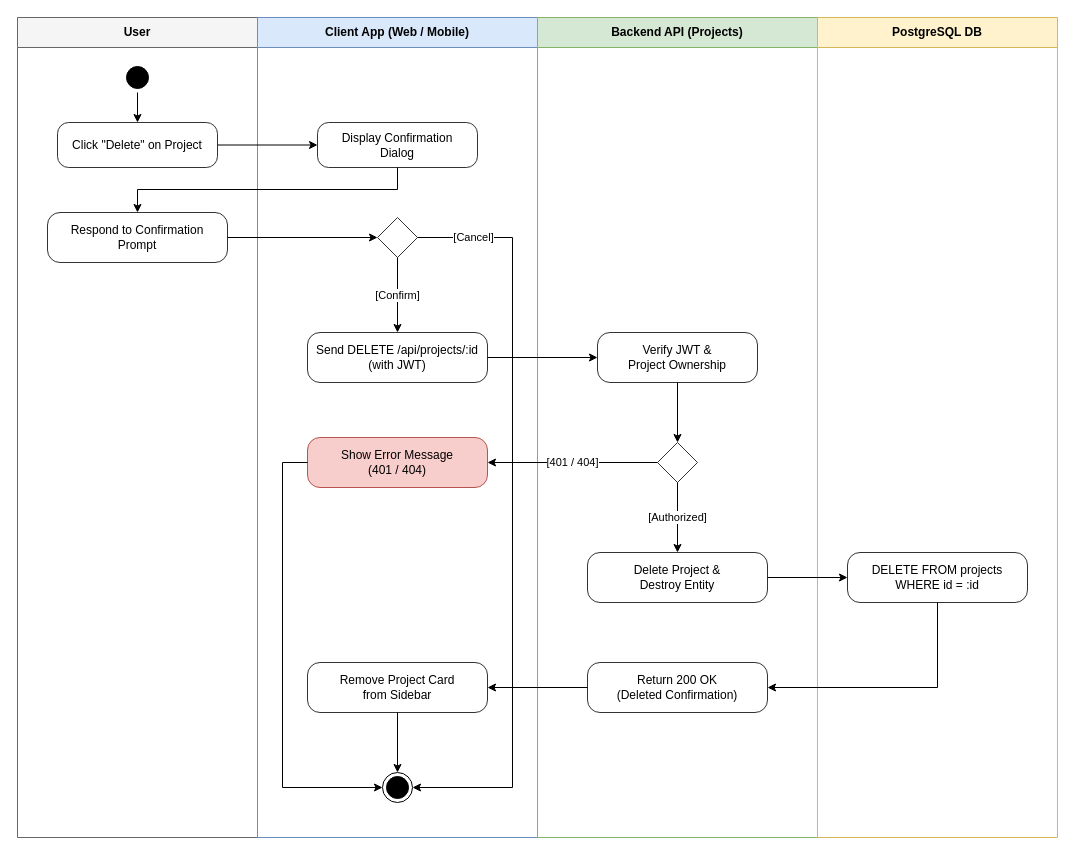
ammar-elmesaly/miqat keeps this draw.io diagram as docs/diagrams/activity/delete-project.drawio. Above is the earlier version. Source tidied: cells renumbered, new cells numbered last; positions are measured from the earlier drawing's top-left corner, leaving out a move shared by most shapes. Both pictures are drawn from the tidied source at 100%, with x=0, y=0 at pixel (17, 17).
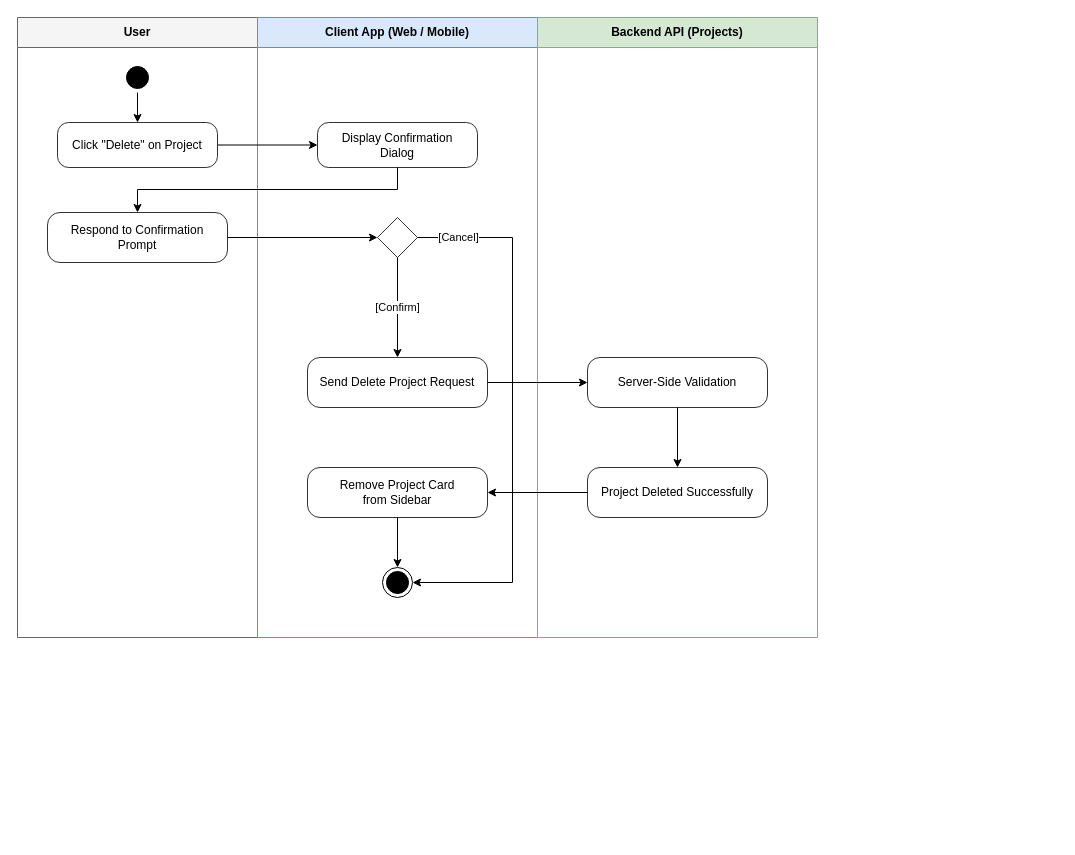
The same page after the edit.

The change refers to these unchanged cells:
```xml
<mxCell id="8" style="rhombus;whiteSpace=wrap;html=1;fillColor=#ffffff;strokeColor=#333333;" parent="6" vertex="1">
  <mxGeometry x="120" y="200" width="40" height="40" as="geometry" />
</mxCell>
```

Diff of the diagram source:
```diff
@@
     <mxCell id="2" value="User" style="swimlane;whiteSpace=wrap;html=1;startSize=30;fillColor=#f5f5f5;strokeColor=#666666;fontStyle=1;" parent="1" vertex="1">
-      <mxGeometry width="240" height="820" as="geometry" />
+      <mxGeometry width="240" height="620" as="geometry" />
     </mxCell>
+    <mxCell id="6" value="Client App (Web / Mobile)" style="swimlane;whiteSpace=wrap;html=1;startSize=30;fillColor=#dae8fc;strokeColor=#6c8ebf;fontStyle=1;" parent="1" vertex="1">
+      <mxGeometry x="240" width="280" height="620" as="geometry" />
+    </mxCell>
+    <mxCell id="13" value="Backend API (Projects)" style="swimlane;whiteSpace=wrap;html=1;startSize=30;fillColor=#d5e8d4;strokeColor=#82b366;fontStyle=1;" parent="1" vertex="1">
+      <mxGeometry x="520" width="280" height="620" as="geometry" />
+    </mxCell>
@@
-    <mxCell id="6" value="Client App (Web / Mobile)" style="swimlane;whiteSpace=wrap;html=1;startSize=30;fillColor=#dae8fc;strokeColor=#6c8ebf;fontStyle=1;" parent="1" vertex="1">
-      <mxGeometry x="240" width="280" height="820" as="geometry" />
-    </mxCell>
@@
-    <mxCell id="9" value="Send DELETE /api/projects/:id&#10;(with JWT)" style="rounded=1;whiteSpace=wrap;html=1;arcSize=25;fillColor=#ffffff;strokeColor=#333333;" parent="6" vertex="1">
-      <mxGeometry x="50" y="315" width="180" height="50" as="geometry" />
-    </mxCell>
-    <mxCell id="10" value="Show Error Message&#10;(401 / 404)" style="rounded=1;whiteSpace=wrap;html=1;arcSize=25;fillColor=#f8cecc;strokeColor=#b85450;" parent="6" vertex="1">
-      <mxGeometry x="50" y="420" width="180" height="50" as="geometry" />
-    </mxCell>
+    <mxCell id="35" value="Send Delete Project Request" style="rounded=1;whiteSpace=wrap;html=1;arcSize=25;fillColor=#ffffff;strokeColor=#333333;" parent="6" vertex="1">
+      <mxGeometry x="50" y="340" width="180" height="50" as="geometry" />
+    </mxCell>
     <mxCell id="11" value="Remove Project Card&#10;from Sidebar" style="rounded=1;whiteSpace=wrap;html=1;arcSize=25;fillColor=#ffffff;strokeColor=#333333;" parent="6" vertex="1">
-      <mxGeometry x="50" y="645" width="180" height="50" as="geometry" />
+      <mxGeometry x="50" y="450" width="180" height="50" as="geometry" />
     </mxCell>
     <mxCell id="12" style="ellipse;html=1;shape=endState;fillColor=#000000;strokeColor=#000000;" parent="6" vertex="1">
-      <mxGeometry x="125" y="755" width="30" height="30" as="geometry" />
+      <mxGeometry x="125" y="550" width="30" height="30" as="geometry" />
     </mxCell>
-    <mxCell id="13" value="Backend API (Projects)" style="swimlane;whiteSpace=wrap;html=1;startSize=30;fillColor=#d5e8d4;strokeColor=#82b366;fontStyle=1;" parent="1" vertex="1">
-      <mxGeometry x="520" width="280" height="820" as="geometry" />
-    </mxCell>
-    <mxCell id="14" value="Verify JWT &amp;&#10;Project Ownership" style="rounded=1;whiteSpace=wrap;html=1;arcSize=25;fillColor=#ffffff;strokeColor=#333333;" parent="13" vertex="1">
-      <mxGeometry x="60" y="315" width="160" height="50" as="geometry" />
-    </mxCell>
-    <mxCell id="15" style="rhombus;whiteSpace=wrap;html=1;fillColor=#ffffff;strokeColor=#333333;" parent="13" vertex="1">
-      <mxGeometry x="120" y="425" width="40" height="40" as="geometry" />
-    </mxCell>
-    <mxCell id="16" value="Delete Project &amp;&#10;Destroy Entity" style="rounded=1;whiteSpace=wrap;html=1;arcSize=25;fillColor=#ffffff;strokeColor=#333333;" parent="13" vertex="1">
-      <mxGeometry x="50" y="535" width="180" height="50" as="geometry" />
-    </mxCell>
-    <mxCell id="17" value="Return 200 OK&#10;(Deleted Confirmation)" style="rounded=1;whiteSpace=wrap;html=1;arcSize=25;fillColor=#ffffff;strokeColor=#333333;" parent="13" vertex="1">
-      <mxGeometry x="50" y="645" width="180" height="50" as="geometry" />
-    </mxCell>
-    <mxCell id="18" value="PostgreSQL DB" style="swimlane;whiteSpace=wrap;html=1;startSize=30;fillColor=#fff2cc;strokeColor=#d6b656;fontStyle=1;" parent="1" vertex="1">
-      <mxGeometry x="800" width="240" height="820" as="geometry" />
-    </mxCell>
-    <mxCell id="19" value="DELETE FROM projects&#10;WHERE id = :id" style="rounded=1;whiteSpace=wrap;html=1;arcSize=25;fillColor=#ffffff;strokeColor=#333333;" parent="18" vertex="1">
-      <mxGeometry x="30" y="535" width="180" height="50" as="geometry" />
-    </mxCell>
+    <mxCell id="36" value="Server-Side Validation" style="rounded=1;whiteSpace=wrap;html=1;arcSize=25;fillColor=#ffffff;strokeColor=#333333;" parent="13" vertex="1">
+      <mxGeometry x="50" y="340" width="180" height="50" as="geometry" />
+    </mxCell>
+    <mxCell id="37" value="Project Deleted Successfully" style="rounded=1;whiteSpace=wrap;html=1;arcSize=25;fillColor=#ffffff;strokeColor=#333333;" parent="13" vertex="1">
+      <mxGeometry x="50" y="450" width="180" height="50" as="geometry" />
+    </mxCell>
@@
     <mxCell id="24" value="[Cancel]" style="edgeStyle=orthogonalEdgeStyle;rounded=0;html=1;exitX=1;exitY=0.5;entryX=1;entryY=0.5;" parent="1" edge="1" source="8" target="12">
       <mxGeometry x="-0.85" relative="1" as="geometry">
         <Array as="points">
           <mxPoint x="495" y="220" />
-          <mxPoint x="495" y="770" />
+          <mxPoint x="495" y="565" />
         </Array>
       </mxGeometry>
     </mxCell>
-    <mxCell id="25" value="[Confirm]" style="edgeStyle=orthogonalEdgeStyle;rounded=0;html=1;" parent="1" edge="1" source="8" target="9">
+    <mxCell id="25" value="[Confirm]" style="edgeStyle=orthogonalEdgeStyle;rounded=0;html=1;" parent="1" edge="1" source="8" target="35">
       <mxGeometry relative="1" as="geometry" />
     </mxCell>
-    <mxCell id="26" style="edgeStyle=orthogonalEdgeStyle;rounded=0;html=1;" parent="1" edge="1" source="9" target="14">
+    <mxCell id="26" style="edgeStyle=orthogonalEdgeStyle;rounded=0;html=1;" parent="1" edge="1" source="35" target="36">
       <mxGeometry relative="1" as="geometry" />
     </mxCell>
-    <mxCell id="27" style="edgeStyle=orthogonalEdgeStyle;rounded=0;html=1;" parent="1" edge="1" source="14" target="15">
+    <mxCell id="27" style="edgeStyle=orthogonalEdgeStyle;rounded=0;html=1;" parent="1" edge="1" source="36" target="37">
       <mxGeometry relative="1" as="geometry" />
     </mxCell>
-    <mxCell id="28" value="[401 / 404]" style="edgeStyle=orthogonalEdgeStyle;rounded=0;html=1;" parent="1" edge="1" source="15" target="10">
+    <mxCell id="28" style="edgeStyle=orthogonalEdgeStyle;rounded=0;html=1;" parent="1" edge="1" source="37" target="11">
       <mxGeometry relative="1" as="geometry" />
     </mxCell>
-    <mxCell id="29" value="[Authorized]" style="edgeStyle=orthogonalEdgeStyle;rounded=0;html=1;" parent="1" edge="1" source="15" target="16">
+    <mxCell id="29" style="edgeStyle=orthogonalEdgeStyle;rounded=0;html=1;" parent="1" edge="1" source="11" target="12">
       <mxGeometry relative="1" as="geometry" />
     </mxCell>
-    <mxCell id="30" style="edgeStyle=orthogonalEdgeStyle;rounded=0;html=1;" parent="1" edge="1" source="16" target="19">
-      <mxGeometry relative="1" as="geometry" />
-    </mxCell>
-    <mxCell id="31" style="edgeStyle=orthogonalEdgeStyle;rounded=0;html=1;exitX=0.5;exitY=1;entryX=1;entryY=0.5;" parent="1" edge="1" source="19" target="17">
-      <mxGeometry relative="1" as="geometry">
-        <Array as="points">
-          <mxPoint x="920" y="670" />
-        </Array>
-      </mxGeometry>
-    </mxCell>
-    <mxCell id="32" style="edgeStyle=orthogonalEdgeStyle;rounded=0;html=1;" parent="1" edge="1" source="17" target="11">
-      <mxGeometry relative="1" as="geometry" />
-    </mxCell>
-    <mxCell id="33" style="edgeStyle=orthogonalEdgeStyle;rounded=0;html=1;" parent="1" edge="1" source="11" target="12">
-      <mxGeometry relative="1" as="geometry" />
-    </mxCell>
-    <mxCell id="34" style="edgeStyle=orthogonalEdgeStyle;rounded=0;html=1;exitX=0;exitY=0.5;entryX=0;entryY=0.5;" parent="1" edge="1" source="10" target="12">
-      <mxGeometry relative="1" as="geometry">
-        <Array as="points">
-          <mxPoint x="265" y="445" />
-          <mxPoint x="265" y="770" />
-        </Array>
-      </mxGeometry>
-    </mxCell>
```
